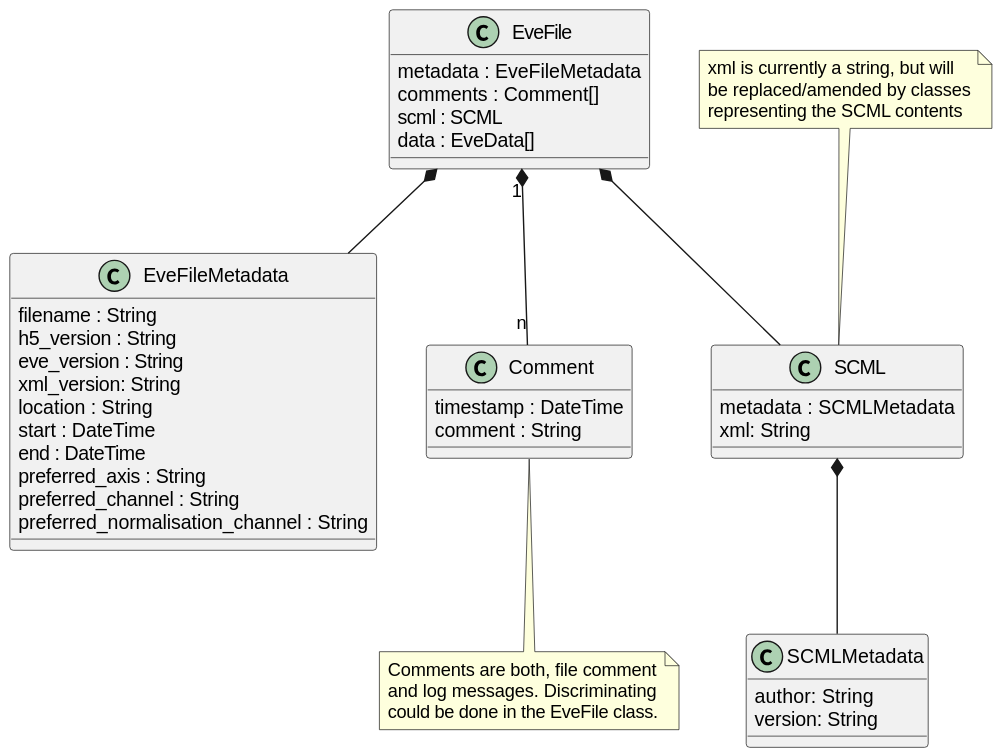
The PlantUML diagram docs/uml/evedata.evefile.file.svg in tillbiskup/evedata, before a commit. Its diagram source:
```plantuml
@startuml
class EveFile {
    metadata : EveFileMetadata
    comments : Comment[]
    scml : SCML
    data : EveData[]
}

class EveFileMetadata{
    filename : String
    h5_version : String
    eve_version : String
    xml_version: String
    location : String
    start : DateTime
    end : DateTime
    preferred_axis : String
    preferred_channel : String
    preferred_normalisation_channel : String
}

class Comment {
    timestamp : DateTime
    comment : String
}
note bottom: Comments are both, file comment\nand log messages. Discriminating\ncould be done in the EveFile class.

class SCML {
    metadata : SCMLMetadata
    xml: String
}
note top: xml is currently a string, but will\nbe replaced/amended by classes\nrepresenting the SCML contents

class SCMLMetadata {
    author: String
    version: String
}

EveFile *-- EveFileMetadata
EveFile "1" *-- "n" Comment
EveFile *-- SCML
SCML *-- SCMLMetadata
@enduml
```
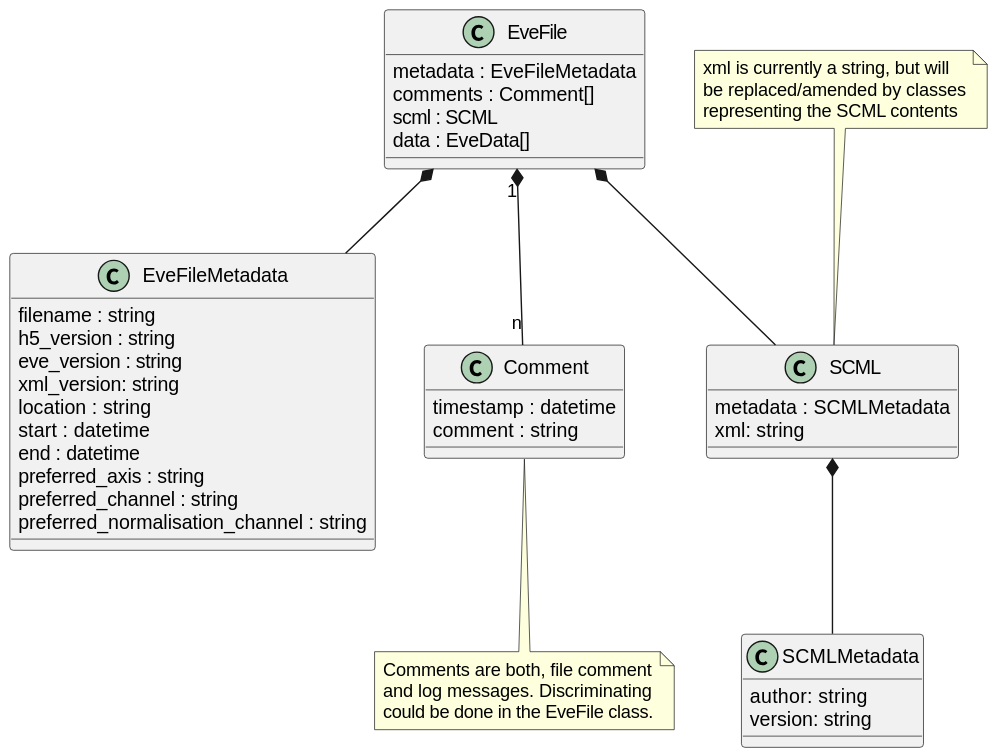
After the change.

The edit, as a diff of the source:
```diff
@@ -7,33 +7,33 @@
 }
 
 class EveFileMetadata{
-    filename : String
-    h5_version : String
-    eve_version : String
-    xml_version: String
-    location : String
-    start : DateTime
-    end : DateTime
-    preferred_axis : String
-    preferred_channel : String
-    preferred_normalisation_channel : String
+    filename : string
+    h5_version : string
+    eve_version : string
+    xml_version: string
+    location : string
+    start : datetime
+    end : datetime
+    preferred_axis : string
+    preferred_channel : string
+    preferred_normalisation_channel : string
 }
 
 class Comment {
-    timestamp : DateTime
-    comment : String
+    timestamp : datetime
+    comment : string
 }
 note bottom: Comments are both, file comment\nand log messages. Discriminating\ncould be done in the EveFile class.
 
 class SCML {
     metadata : SCMLMetadata
-    xml: String
+    xml: string
 }
 note top: xml is currently a string, but will\nbe replaced/amended by classes\nrepresenting the SCML contents
 
 class SCMLMetadata {
-    author: String
-    version: String
+    author: string
+    version: string
 }
 
 EveFile *-- EveFileMetadata
```
